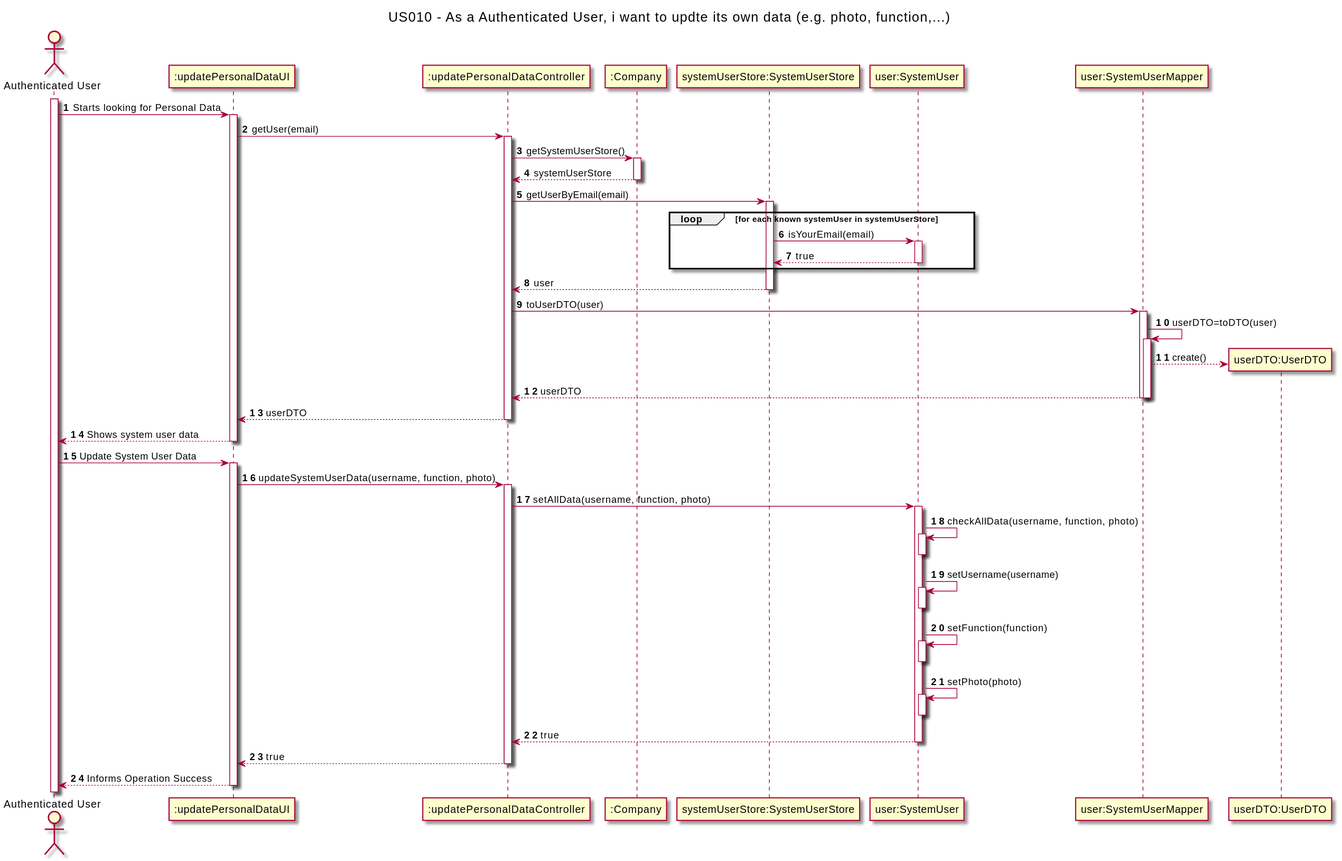
Earlier version of the PlantUML export docs/Sprint1/US010/US010-SD.svg (nunogon1211787/projectManagement).
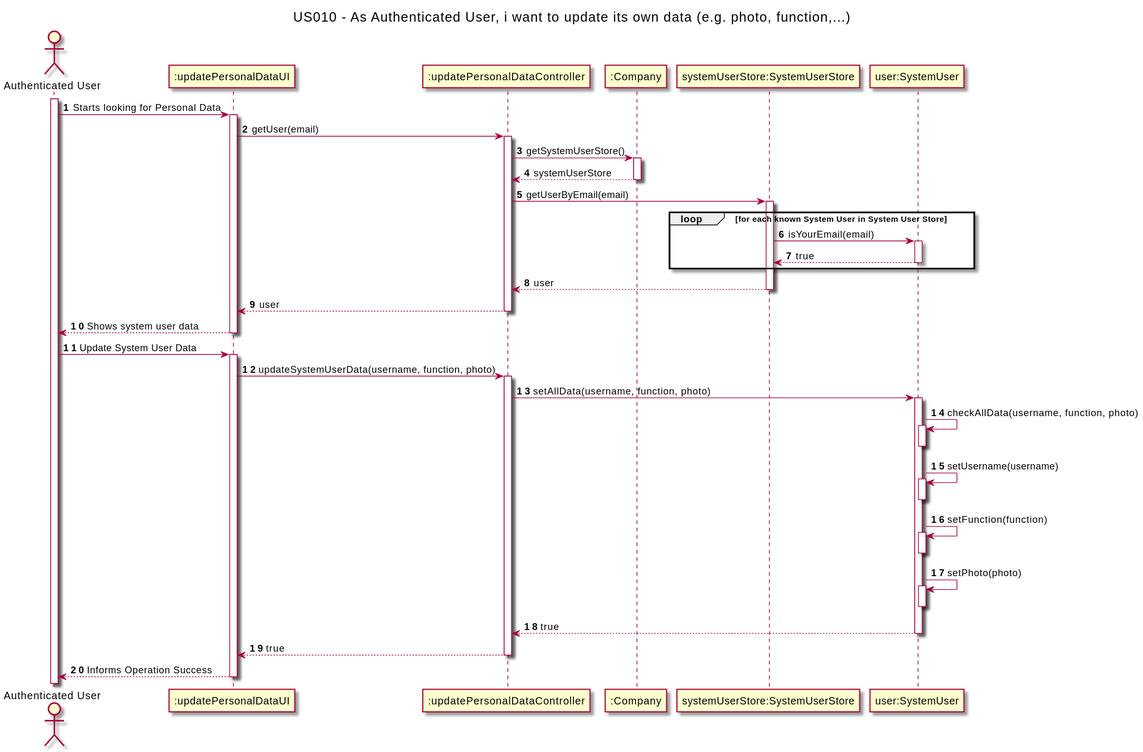
The same file after the commit.

What changed in the source:
```diff
@@ -1,6 +1,6 @@
 @startuml
 
-title US010 - As a Authenticated User, i want to updte its own data (e.g. photo, function,...)
+title US010 - As Authenticated User, i want to update its own data (e.g. photo, function,...)
 
 autoactivate on
 autonumber
@@ -11,8 +11,6 @@
 participant ":Company" as company
 participant "systemUserStore:SystemUserStore" as systemUserStore
 participant "user:SystemUser" as user
-participant "user:SystemUserMapper" as mapper
-participant "userDTO:UserDTO" as userdto
 
 
 activate authenticatedUser
@@ -23,17 +21,12 @@
 Ctrl -> company: getSystemUserStore()
 company --> Ctrl: systemUserStore
 Ctrl -> systemUserStore: getUserByEmail(email)
-loop for each known systemUser in systemUserStore
+loop for each known System User in System User Store
 systemUserStore -> user: isYourEmail(email)
 user --> systemUserStore: true
 end
 systemUserStore --> Ctrl: user
-Ctrl -> mapper: toUserDTO(user)
-mapper -> mapper: userDTO=toDTO(user)
-mapper --> userdto**: create()
-mapper --> Ctrl: userDTO
-deactivate mapper
-Ctrl --> UI: userDTO
+Ctrl --> UI: user
 UI --> authenticatedUser: Shows system user data
 deactivate UI
 authenticatedUser -> UI: Update System User Data
@@ -50,4 +43,5 @@
 user --> Ctrl: true
 Ctrl --> UI: true
 UI --> authenticatedUser: Informs Operation Success
+
 @enduml
```
